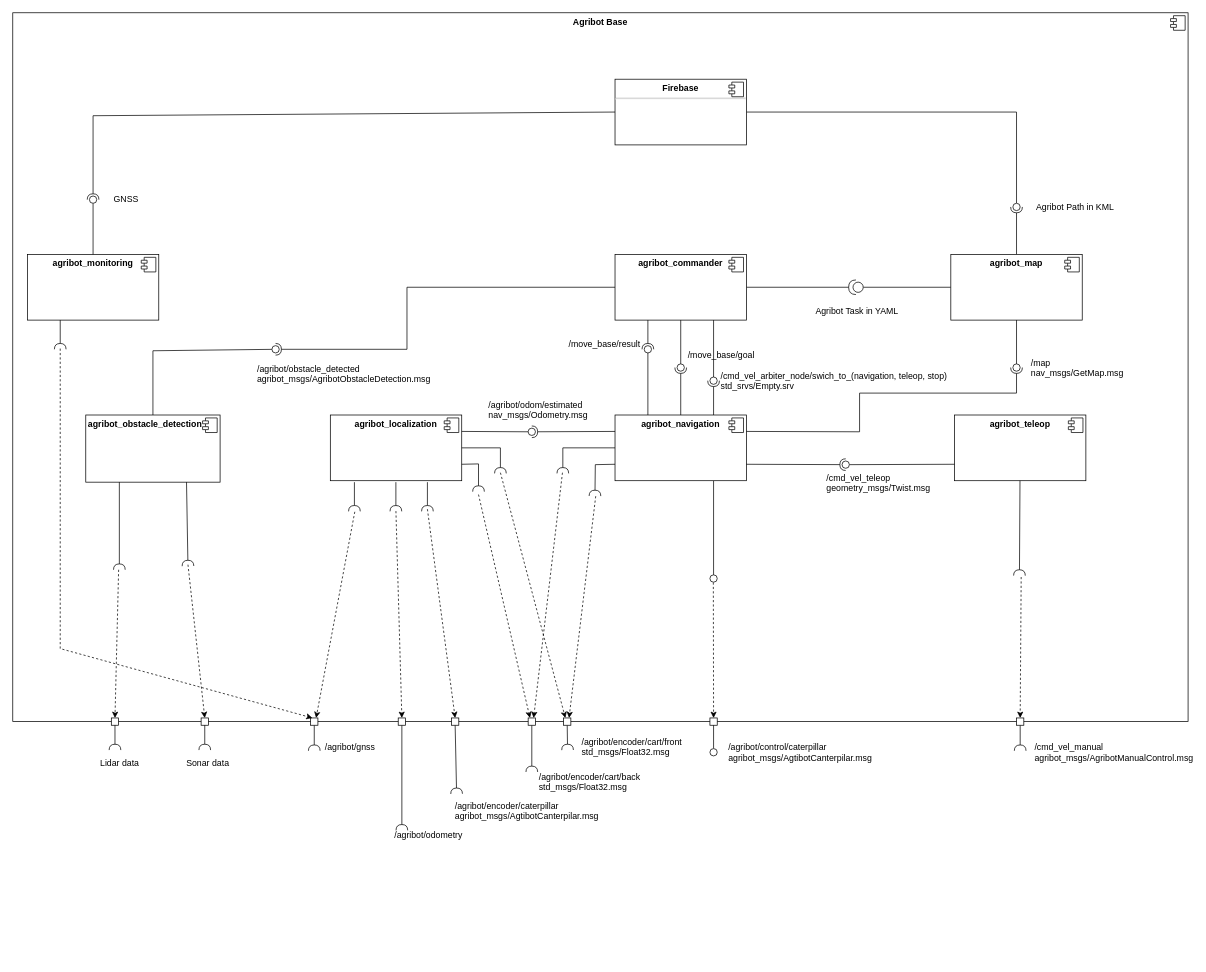
Earlier version of the draw.io diagram doc/architecture.drawio (agribot-2-0/agribot_base). Source tidied: cells renumbered, new cells numbered last; positions are measured from the earlier drawing's top-left corner, leaving out a move shared by most shapes. Both pictures are drawn from the tidied source at 73%, with x=0, y=0 at pixel (12, 12).
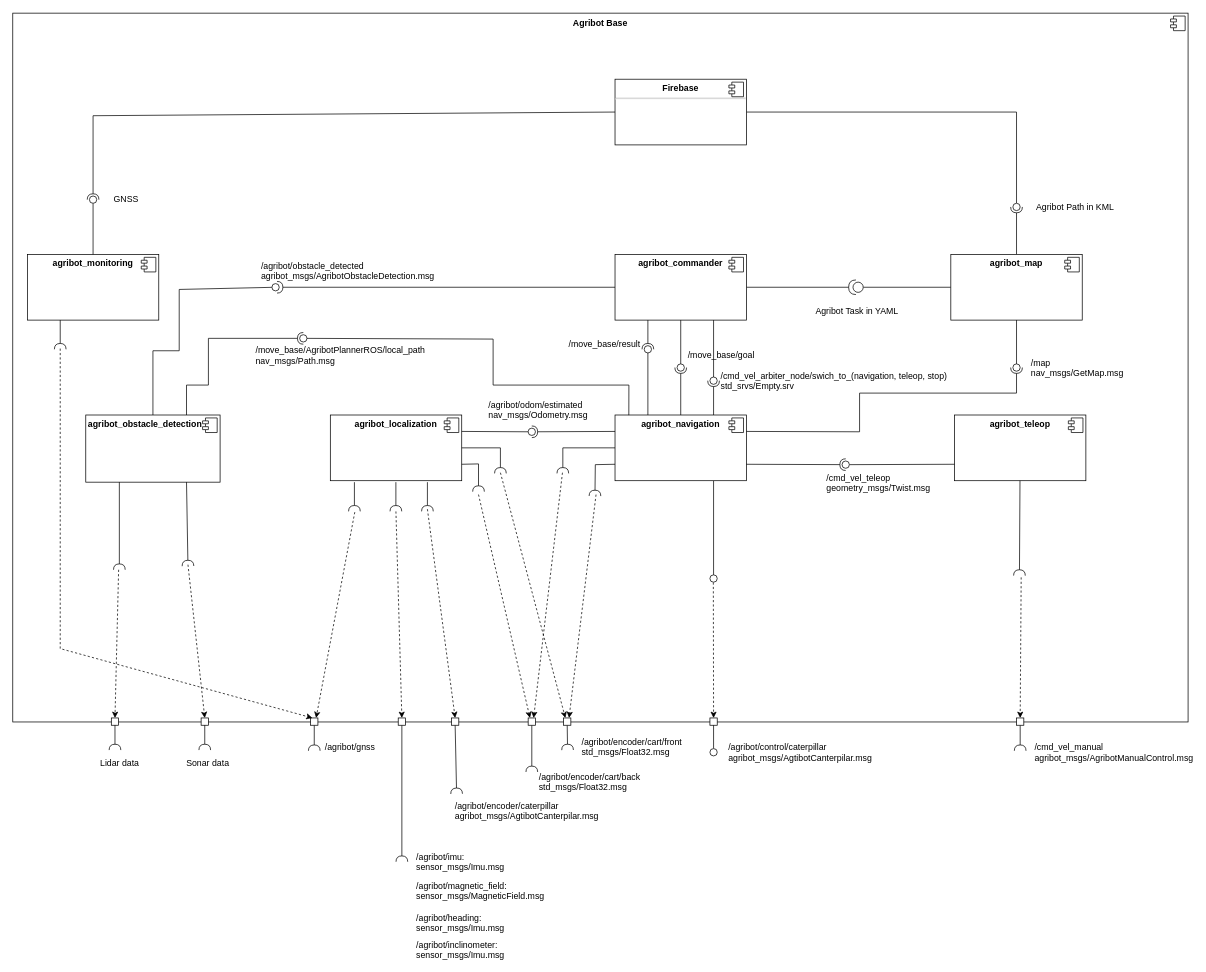
The same diagram, later.

Commit message (it also covers changes not shown here):
Update architecute diagram

The change refers to these unchanged cells:
```xml
<mxCell id="19" value="&lt;p style=&quot;margin: 0px ; margin-top: 6px ; text-align: center&quot;&gt;&lt;b&gt;agribot_commander&lt;/b&gt;&lt;/p&gt;" style="align=left;overflow=fill;html=1;" parent="1" vertex="1">
  <mxGeometry x="825" y="331" width="180" height="90" as="geometry" />
</mxCell>
<mxCell id="27" value="&lt;p style=&quot;margin: 0px ; margin-top: 6px ; text-align: center&quot;&gt;&lt;b&gt;agribot_navigation&lt;/b&gt;&lt;/p&gt;" style="align=left;overflow=fill;html=1;" parent="1" vertex="1">
  <mxGeometry x="825" y="551" width="180" height="90" as="geometry" />
</mxCell>
<mxCell id="33" value="&lt;p style=&quot;margin: 6px 0px 0px&quot;&gt;&lt;b&gt;&amp;nbsp;agribot_obstacle_detection&lt;/b&gt;&lt;/p&gt;" style="align=left;overflow=fill;html=1;" parent="1" vertex="1">
  <mxGeometry x="100" y="551" width="184" height="92" as="geometry" />
</mxCell>
<mxCell id="71" style="rounded=0;whiteSpace=wrap;html=1;align=left;" parent="1" vertex="1">
  <mxGeometry x="754.5" y="966" width="10" height="10" as="geometry" />
</mxCell>
<mxCell id="102" style="rounded=0;whiteSpace=wrap;html=1;align=left;" parent="1" vertex="1">
  <mxGeometry x="528" y="966" width="10" height="10" as="geometry" />
</mxCell>
```

Diff of the diagram source:
```diff
@@
     <mxCell id="2" value="&lt;p style=&quot;margin: 0px ; margin-top: 6px ; text-align: center&quot;&gt;&lt;b&gt;Agribot Base&lt;/b&gt;&lt;/p&gt;" style="align=left;overflow=fill;html=1;" parent="1" vertex="1">
-      <mxGeometry width="1610" height="971" as="geometry" />
+      <mxGeometry y="0.5" width="1610" height="971" as="geometry" />
     </mxCell>
@@
     <mxCell id="46" style="rounded=0;jettySize=auto;html=1;endArrow=none;endFill=0;exitX=0.5;exitY=0;exitDx=0;exitDy=0;" parent="1" edge="1" source="33" target="48">
       <mxGeometry relative="1" as="geometry">
         <Array as="points">
           <mxPoint x="192" y="463" />
+          <mxPoint x="228" y="463" />
+          <mxPoint x="228" y="379" />
         </Array>
       </mxGeometry>
     </mxCell>
-    <mxCell id="47" style="rounded=0;jettySize=auto;html=1;endArrow=halfCircle;endFill=0;entryX=0.5;entryY=0.5;entryDx=0;entryDy=0;endSize=6;strokeWidth=1;exitX=0;exitY=0.5;exitDx=0;exitDy=0;" parent="1" edge="1" source="19" target="48">
+    <mxCell id="47" style="rounded=0;jettySize=auto;html=1;endArrow=halfCircle;endFill=0;endSize=6;strokeWidth=1;exitX=0;exitY=0.5;exitDx=0;exitDy=0;entryX=0.7;entryY=0.5;entryDx=0;entryDy=0;entryPerimeter=0;" parent="1" edge="1" source="19" target="48">
       <mxGeometry relative="1" as="geometry">
         <Array as="points">
           <mxPoint x="540" y="376" />
-          <mxPoint x="540" y="461" />
         </Array>
       </mxGeometry>
     </mxCell>
     <mxCell id="48" style="ellipse;whiteSpace=wrap;html=1;fontFamily=Helvetica;fontSize=12;fontColor=#000000;align=center;strokeColor=#000000;fillColor=#ffffff;points=[];" parent="1" vertex="1">
-      <mxGeometry x="355" y="456" width="10" height="10" as="geometry" />
+      <mxGeometry x="355" y="371" width="10" height="10" as="geometry" />
     </mxCell>
     <mxCell id="49" value="/agribot/obstacle_detected&#10;agribot_msgs/AgribotObstacleDetection.msg" style="text;align=left;fontStyle=0;verticalAlign=middle;spacingLeft=3;spacingRight=3;strokeColor=none;labelBorderColor=none;" parent="1" vertex="1">
-      <mxGeometry x="330" y="481" width="250" height="26" as="geometry" />
+      <mxGeometry x="335.4" y="340" width="250" height="26" as="geometry" />
     </mxCell>
@@
     <mxCell id="55" style="rounded=0;jettySize=auto;html=1;endArrow=halfCircle;endFill=0;endSize=6;strokeWidth=1;exitX=0.5;exitY=1;exitDx=0;exitDy=0;" parent="1" edge="1" source="102">
       <mxGeometry relative="1" as="geometry">
-        <mxPoint x="533" y="1120" as="targetPoint" />
+        <mxPoint x="533" y="1163" as="targetPoint" />
       </mxGeometry>
     </mxCell>
-    <mxCell id="56" value="/agribot/odometry&#10;" style="text;align=left;fontStyle=0;verticalAlign=middle;spacingLeft=3;spacingRight=3;strokeColor=none;labelBorderColor=none;" parent="1" vertex="1">
-      <mxGeometry x="518" y="1120" width="204.5" height="26" as="geometry" />
+    <mxCell id="56" value="/agribot/imu:&#10;sensor_msgs/Imu.msg" style="text;align=left;fontStyle=0;verticalAlign=middle;spacingLeft=3;spacingRight=3;strokeColor=none;labelBorderColor=none;" parent="1" vertex="1">
+      <mxGeometry x="548" y="1150" width="135.5" height="26" as="geometry" />
     </mxCell>
@@
-    <mxCell id="62" style="rounded=0;jettySize=auto;html=1;endArrow=classic;endFill=1;startArrow=none;startFill=0;entryX=0.75;entryY=0;entryDx=0;entryDy=0;exitX=0.496;exitY=0.682;exitDx=0;exitDy=0;exitPerimeter=0;dashed=1;" parent="1" edge="1" source="2" target="71">
-      <mxGeometry relative="1" as="geometry" />
+    <mxCell id="62" style="rounded=0;jettySize=auto;html=1;endArrow=classic;endFill=1;startArrow=none;startFill=0;entryX=0.75;entryY=0;entryDx=0;entryDy=0;dashed=1;" parent="1" edge="1" target="71">
+      <mxGeometry relative="1" as="geometry">
+        <mxPoint x="799" y="660" as="sourcePoint" />
+      </mxGeometry>
     </mxCell>
@@
+    <mxCell id="113" style="rounded=0;jettySize=auto;html=1;endArrow=none;endFill=0;exitX=0.105;exitY=0.002;exitDx=0;exitDy=0;exitPerimeter=0;" parent="1" edge="1" source="27" target="115">
+      <mxGeometry relative="1" as="geometry">
+        <Array as="points">
+          <mxPoint x="844" y="510" />
+          <mxPoint x="658" y="510" />
+          <mxPoint x="658" y="447" />
+        </Array>
+      </mxGeometry>
+    </mxCell>
+    <mxCell id="114" style="rounded=0;jettySize=auto;html=1;endArrow=halfCircle;endFill=0;entryX=0.5;entryY=0.5;entryDx=0;entryDy=0;endSize=6;strokeWidth=1;exitX=0.75;exitY=0;exitDx=0;exitDy=0;" parent="1" edge="1" source="33" target="115">
+      <mxGeometry relative="1" as="geometry">
+        <Array as="points">
+          <mxPoint x="238" y="510" />
+          <mxPoint x="268" y="510" />
+          <mxPoint x="268" y="446" />
+        </Array>
+      </mxGeometry>
+    </mxCell>
+    <mxCell id="115" style="ellipse;whiteSpace=wrap;html=1;fontFamily=Helvetica;fontSize=12;fontColor=#000000;align=center;strokeColor=#000000;fillColor=#ffffff;points=[];" parent="1" vertex="1">
+      <mxGeometry x="393" y="441" width="10" height="10" as="geometry" />
+    </mxCell>
+    <mxCell id="116" value="/move_base/AgribotPlannerROS/local_path &#10;nav_msgs/Path.msg" style="text;align=left;fontStyle=0;verticalAlign=middle;spacingLeft=3;spacingRight=3;strokeColor=none;labelBorderColor=none;" parent="1" vertex="1">
+      <mxGeometry x="328" y="456" width="250" height="26" as="geometry" />
+    </mxCell>
+    <mxCell id="117" value="/agribot/magnetic_field:&#10;sensor_msgs/MagneticField.msg" style="text;align=left;fontStyle=0;verticalAlign=middle;spacingLeft=3;spacingRight=3;strokeColor=none;labelBorderColor=none;" parent="1" vertex="1">
+      <mxGeometry x="548" y="1190" width="135.5" height="26" as="geometry" />
+    </mxCell>
+    <mxCell id="118" value="/agribot/heading:&#10;sensor_msgs/Imu.msg" style="text;align=left;fontStyle=0;verticalAlign=middle;spacingLeft=3;spacingRight=3;strokeColor=none;labelBorderColor=none;" parent="1" vertex="1">
+      <mxGeometry x="548" y="1233" width="135.5" height="26" as="geometry" />
+    </mxCell>
+    <mxCell id="119" value="/agribot/inclinometer:&#10;sensor_msgs/Imu.msg" style="text;align=left;fontStyle=0;verticalAlign=middle;spacingLeft=3;spacingRight=3;strokeColor=none;labelBorderColor=none;" parent="1" vertex="1">
+      <mxGeometry x="548" y="1270" width="135.5" height="26" as="geometry" />
+    </mxCell>
```
